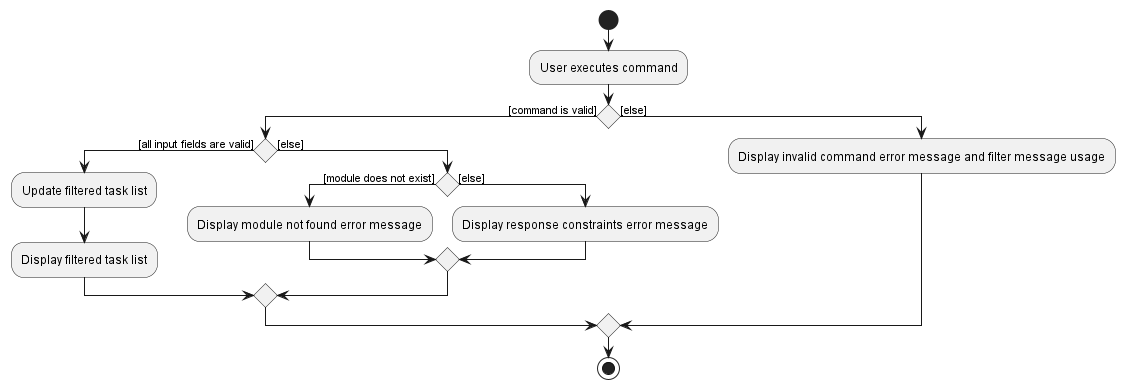
This is docs/images/FilterActivityDiagram.png from nus-cs2103-AY2223S1/tp, a PlantUML export, as it was before one commit.
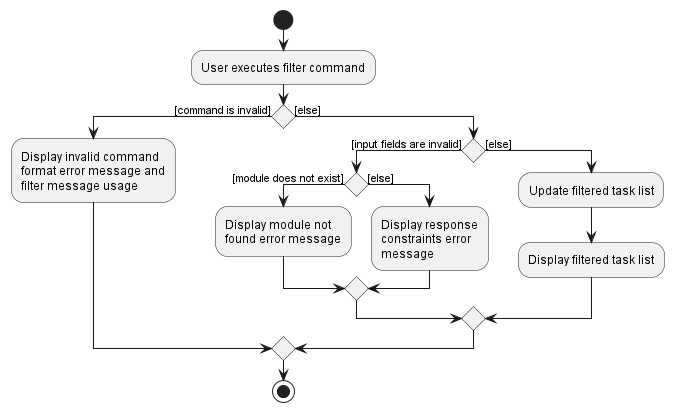
The same file after the commit.

Commit message:
Update diagrams for filter and unlink exam

Diff of the diagram source:
```diff
@@ -1,21 +1,26 @@
 @startuml
+
 start
-:User executes command;
-if () then ([command is valid])
-  if () then ([all input fields are valid])
-  :Update filtered task list;
-  :Display filtered task list;
+:User executes filter command;
+if () then ([command is invalid])
+  :Display invalid command
+  format error message and
+  filter message usage;
+else ([else])
+  if () then ([input fields are invalid])
+    if () then ([module does not exist])
+      :Display module not
+      found error message;
+    else ([else])
+      :Display response
+      constraints error
+      message;
+    endif
   else ([else])
-    if () then([module does not exist])
-      :Display module not found error message;
-    else ([else])
-      :Display response constraints error message;
-    endif
+    :Update filtered task list;
+    :Display filtered task list;
   endif
-else ([else])
-  :Display invalid command error message and filter message usage;
 endif
-
 stop
 
 @enduml
```
